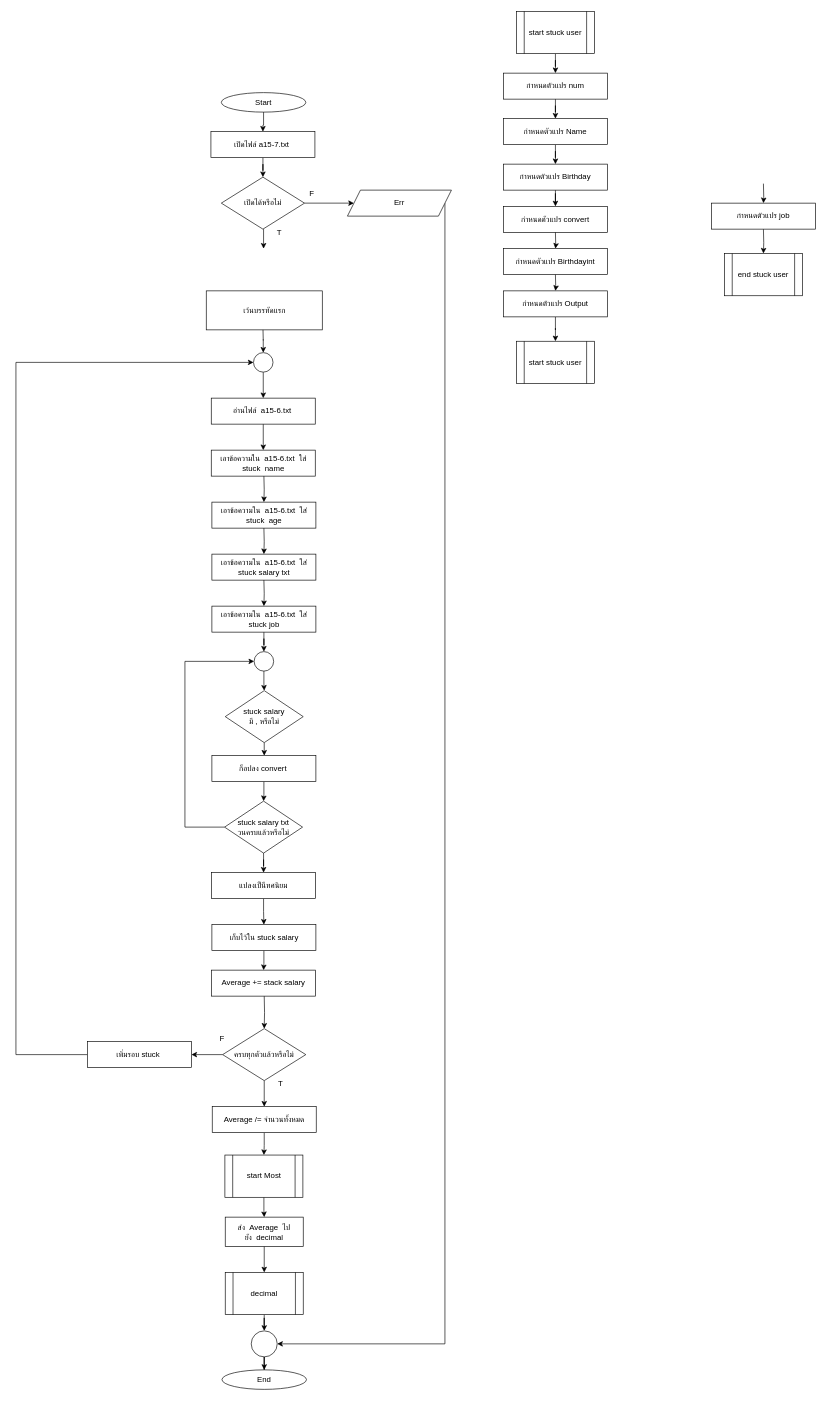
Before: HW/HW15/hw15-7/hw15-7.drawio in aphiwat-window/ENGCE117, a draw.io diagram. Source tidied: cells renumbered, new cells numbered last; positions are measured from the earlier drawing's top-left corner, leaving out a move shared by most shapes. Both pictures are drawn from the tidied source at 65%, with x=0, y=0 at pixel (16, 11).
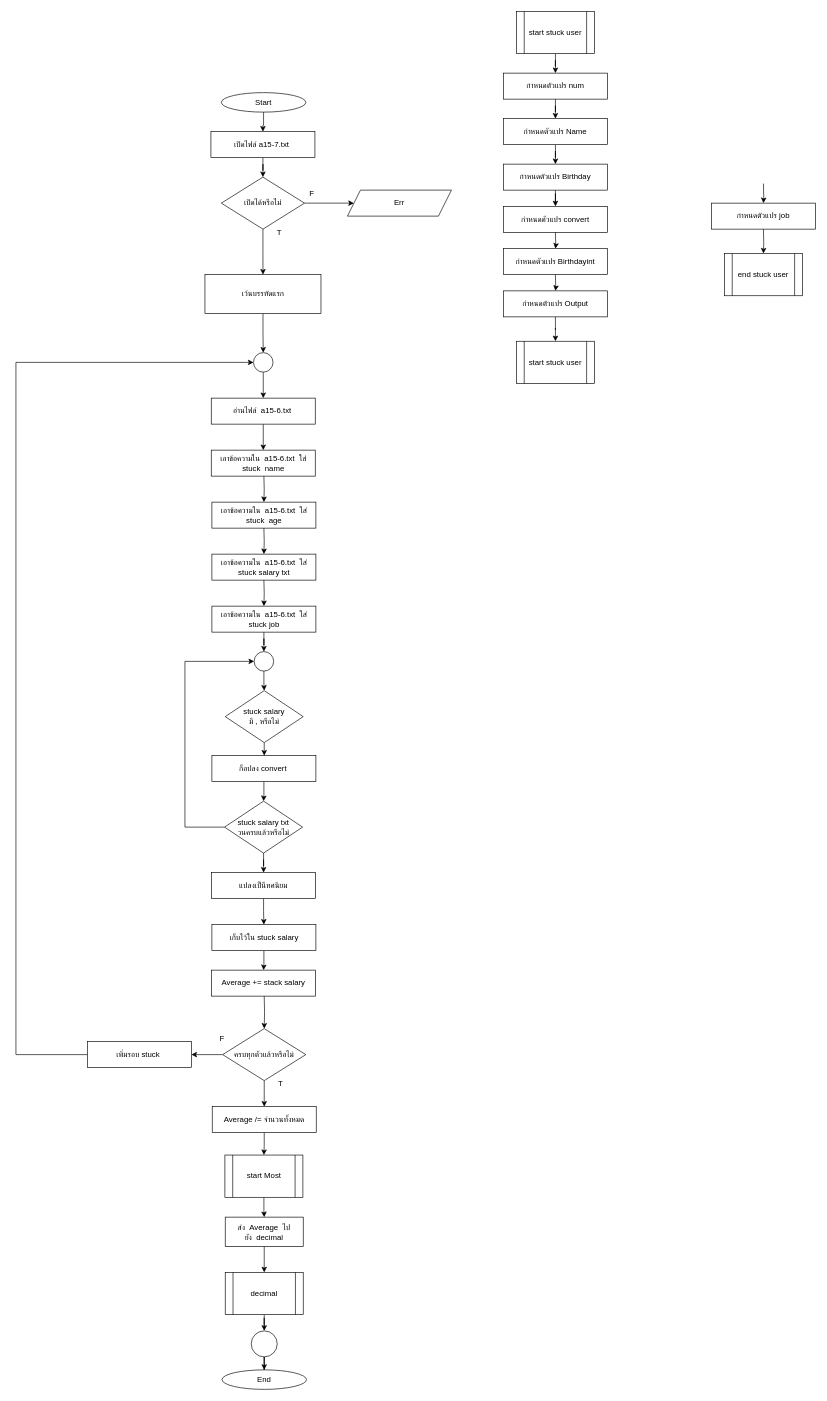
After the change.

Unchanged cells that the change refers to:
```xml
<mxCell id="7" value="เปิดได้หรือไม่" style="rhombus;whiteSpace=wrap;html=1;" parent="1" vertex="1">
  <mxGeometry x="316" y="255" width="128" height="80" as="geometry" />
</mxCell>
<mxCell id="11" value="Err" style="rounded=0;whiteSpace=wrap;html=1;shape=parallelogram;perimeter=parallelogramPerimeter;fixedSize=1;" parent="1" vertex="1">
  <mxGeometry x="510" y="275" width="160" height="40" as="geometry" />
</mxCell>
<mxCell id="16" style="ellipse;whiteSpace=wrap;html=1;" parent="1" vertex="1">
  <mxGeometry x="365.5" y="525" width="30" height="30" as="geometry" />
</mxCell>
<mxCell id="58" style="ellipse;whiteSpace=wrap;html=1;" parent="1" vertex="1">
  <mxGeometry x="362" y="2030" width="40" height="40" as="geometry" />
</mxCell>
```

What changed in the source:
```diff
@@
+    <mxCell id="79" style="edgeStyle=orthogonalEdgeStyle;rounded=0;jettySize=auto;html=1;" parent="1" edge="1" source="7" target="78">
+      <mxGeometry relative="1" as="geometry" />
+    </mxCell>
@@
-    <mxCell id="10" style="edgeStyle=orthogonalEdgeStyle;rounded=0;jettySize=auto;html=1;entryX=1;entryY=0.5;entryDx=0;entryDy=0;" parent="1" edge="1" source="11" target="58">
-      <mxGeometry relative="1" as="geometry">
-        <Array as="points">
-          <mxPoint x="660" y="2050" />
-        </Array>
-      </mxGeometry>
-    </mxCell>
@@
-    <mxCell id="12" style="edgeStyle=orthogonalEdgeStyle;rounded=0;orthogonalLoop=1;jettySize=auto;html=1;" parent="1" edge="1">
-      <mxGeometry relative="1" as="geometry">
-        <mxPoint x="381" y="335" as="sourcePoint" />
-        <mxPoint x="381" y="365" as="targetPoint" />
-      </mxGeometry>
-    </mxCell>
@@
-    <mxCell id="34" style="edgeStyle=orthogonalEdgeStyle;rounded=0;jettySize=auto;html=1;" parent="1" edge="1" target="16">
-      <mxGeometry relative="1" as="geometry">
-        <mxPoint x="380" y="485" as="sourcePoint" />
-      </mxGeometry>
-    </mxCell>
@@
+    <mxCell id="80" style="edgeStyle=orthogonalEdgeStyle;rounded=0;jettySize=auto;html=1;" parent="1" edge="1" source="78" target="16">
+      <mxGeometry relative="1" as="geometry" />
+    </mxCell>
     <mxCell id="78" value="เว้นบรรทัดแรก" style="rounded=0;whiteSpace=wrap;html=1;" parent="1" vertex="1">
-      <mxGeometry x="292.8" y="430" width="178.5" height="60" as="geometry" />
+      <mxGeometry x="290.8" y="405" width="178.5" height="60" as="geometry" />
     </mxCell>
```
